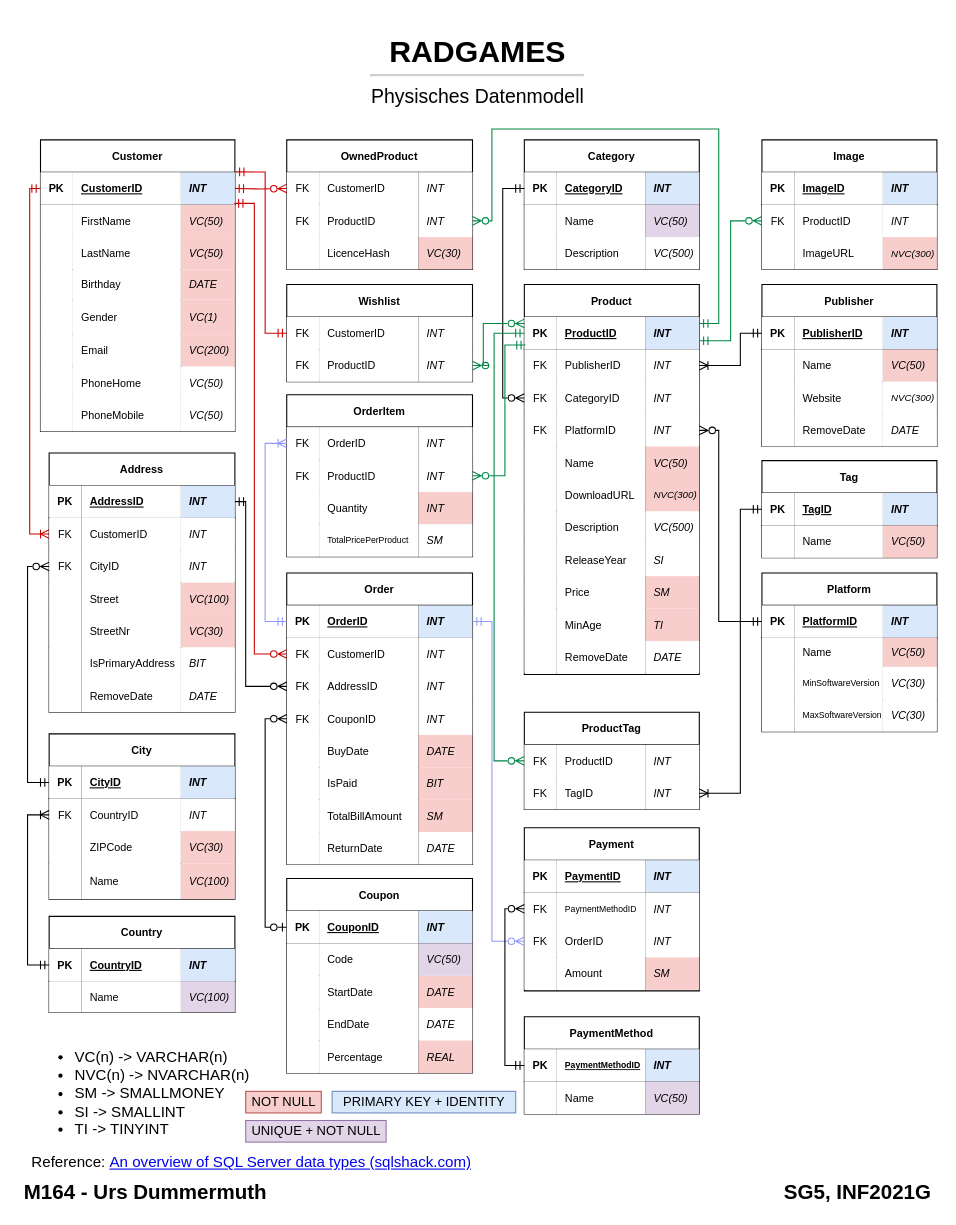
Above: page "Physisch" (3 of 3) of Konzepte/Datenmodell.drawio in TD99/gibb-m164 (draw.io), before the change. Source tidied: cells renumbered, new cells numbered last; positions are measured from the earlier drawing's top-left corner, leaving out a move shared by most shapes. Both pictures are drawn from the tidied source at 108%, with x=0, y=0 at pixel (18, 29).
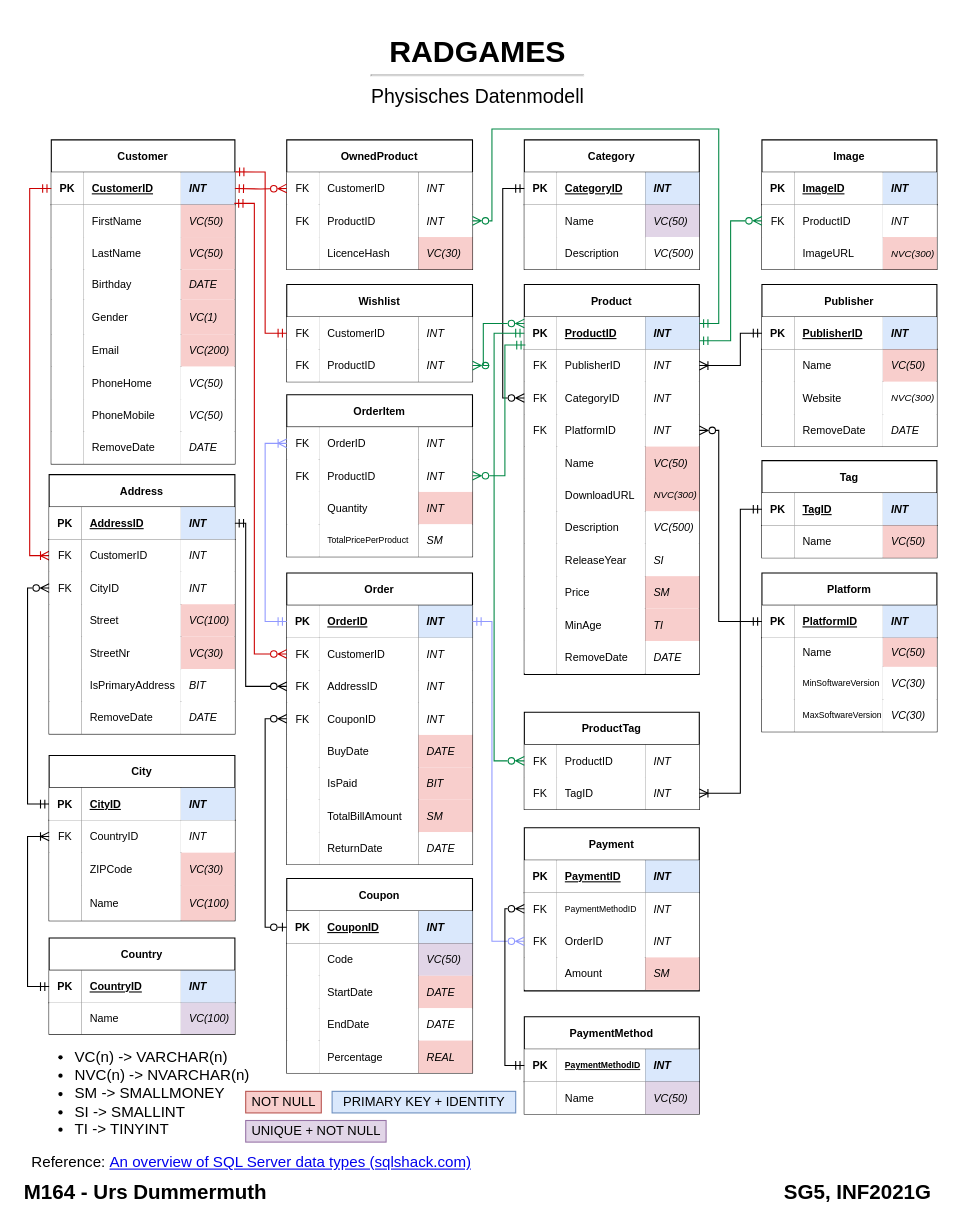
After the change.

Unchanged cells that the change refers to:
```xml
<mxCell id="40" style="shape=tableRow;horizontal=0;startSize=0;swimlaneHead=0;swimlaneBody=0;fillColor=none;points=[[0,0.5],[1,0.5]];portConstraint=eastwest;top=0;left=0;right=0;bottom=1;fontSize=10;" parent="39" vertex="1">
  <mxGeometry y="30" width="172" height="30" as="geometry" />
</mxCell>
<mxCell id="44" style="shape=tableRow;horizontal=0;startSize=0;swimlaneHead=0;swimlaneBody=0;fillColor=none;points=[[0,0.5],[1,0.5]];portConstraint=eastwest;top=0;left=0;right=0;bottom=0;fontSize=10;" parent="39" vertex="1">
  <mxGeometry y="60" width="172" height="30" as="geometry" />
</mxCell>
<mxCell id="128" style="shape=tableRow;horizontal=0;startSize=0;swimlaneHead=0;swimlaneBody=0;fillColor=none;points=[[0,0.5],[1,0.5]];portConstraint=eastwest;top=0;left=0;right=0;bottom=0;fontSize=10;" parent="119" vertex="1">
  <mxGeometry y="90" width="172" height="30" as="geometry" />
</mxCell>
```

The edit, as a diff of the source:
```diff
@@
     <mxCell id="5" value="Customer" style="shape=table;startSize=30;childLayout=tableLayout;rowLines=0;fontStyle=1;align=center;fontSize=10;spacing=2;fillColor=default;strokeColor=default;" parent="1" vertex="1">
-      <mxGeometry x="20" y="102" width="180" height="270" as="geometry" />
+      <mxGeometry x="30" y="102" width="170" height="300" as="geometry" />
     </mxCell>
     <mxCell id="6" style="shape=tableRow;horizontal=0;startSize=0;swimlaneHead=0;swimlaneBody=0;fillColor=none;points=[[0,0.5],[1,0.5]];portConstraint=eastwest;top=0;left=0;right=0;bottom=1;" parent="5" vertex="1">
-      <mxGeometry y="30" width="180" height="30" as="geometry" />
+      <mxGeometry y="30" width="170" height="30" as="geometry" />
     </mxCell>
@@
     <mxCell id="8" value="CustomerID" style="shape=partialRectangle;fillColor=default;top=0;left=0;bottom=0;right=0;align=left;spacingLeft=6;fontStyle=5;overflow=hidden;fontSize=10;spacing=2;strokeColor=default;" parent="6" vertex="1">
-      <mxGeometry x="30" width="100" height="30" as="geometry" />
+      <mxGeometry x="30" width="90" height="30" as="geometry" />
     </mxCell>
     <mxCell id="9" value="INT" style="shape=partialRectangle;fillColor=#dae8fc;top=0;left=0;bottom=0;right=0;align=left;spacingLeft=6;fontStyle=3;overflow=hidden;fontSize=10;spacing=2;strokeColor=default;" parent="6" vertex="1">
-      <mxGeometry x="130" width="50" height="30" as="geometry" />
+      <mxGeometry x="120" width="50" height="30" as="geometry" />
     </mxCell>
     <mxCell id="10" style="shape=tableRow;horizontal=0;startSize=0;swimlaneHead=0;swimlaneBody=0;fillColor=none;top=0;left=0;right=0;bottom=0;" parent="5" vertex="1">
-      <mxGeometry y="60" width="180" height="30" as="geometry" />
+      <mxGeometry y="60" width="170" height="30" as="geometry" />
     </mxCell>
@@
     <mxCell id="12" value="FirstName" style="shape=partialRectangle;fillColor=default;top=0;left=0;bottom=0;right=0;align=left;spacingLeft=6;overflow=hidden;fontSize=10;spacing=2;strokeColor=default;" parent="10" vertex="1">
-      <mxGeometry x="30" width="100" height="30" as="geometry" />
+      <mxGeometry x="30" width="90" height="30" as="geometry" />
     </mxCell>
     <mxCell id="13" value="VC(50)" style="shape=partialRectangle;top=0;left=0;bottom=0;right=0;align=left;spacingLeft=6;overflow=hidden;fontSize=10;spacing=2;fontStyle=2;fillColor=#f8cecc;strokeColor=#b85450;" parent="10" vertex="1">
-      <mxGeometry x="130" width="50" height="30" as="geometry" />
+      <mxGeometry x="120" width="50" height="30" as="geometry" />
     </mxCell>
     <mxCell id="14" style="shape=tableRow;horizontal=0;startSize=0;swimlaneHead=0;swimlaneBody=0;fillColor=none;top=0;left=0;right=0;bottom=0;" parent="5" vertex="1">
-      <mxGeometry y="90" width="180" height="30" as="geometry" />
+      <mxGeometry y="90" width="170" height="30" as="geometry" />
     </mxCell>
@@
     <mxCell id="16" value="LastName" style="shape=partialRectangle;fillColor=default;top=0;left=0;bottom=0;right=0;align=left;spacingLeft=6;overflow=hidden;fontSize=10;spacing=2;strokeColor=default;" parent="14" vertex="1">
-      <mxGeometry x="30" width="100" height="30" as="geometry" />
+      <mxGeometry x="30" width="90" height="30" as="geometry" />
     </mxCell>
     <mxCell id="17" value="VC(50)" style="shape=partialRectangle;fillColor=#f8cecc;top=0;left=0;bottom=0;right=0;align=left;spacingLeft=6;overflow=hidden;fontSize=10;spacing=2;fontStyle=2;strokeColor=default;" parent="14" vertex="1">
-      <mxGeometry x="130" width="50" height="30" as="geometry" />
+      <mxGeometry x="120" width="50" height="30" as="geometry" />
     </mxCell>
     <mxCell id="18" style="shape=tableRow;horizontal=0;startSize=0;swimlaneHead=0;swimlaneBody=0;fillColor=none;top=0;left=0;right=0;bottom=0;" parent="5" vertex="1">
-      <mxGeometry y="120" width="180" height="28" as="geometry" />
+      <mxGeometry y="120" width="170" height="28" as="geometry" />
     </mxCell>
@@
     <mxCell id="20" value="Birthday" style="shape=partialRectangle;fillColor=default;top=0;left=0;bottom=0;right=0;align=left;spacingLeft=6;overflow=hidden;fontSize=10;spacing=2;strokeColor=default;" parent="18" vertex="1">
-      <mxGeometry x="30" width="100" height="28" as="geometry" />
+      <mxGeometry x="30" width="90" height="28" as="geometry" />
     </mxCell>
     <mxCell id="21" value="DATE" style="shape=partialRectangle;fillColor=#f8cecc;top=0;left=0;bottom=0;right=0;align=left;spacingLeft=6;overflow=hidden;fontSize=10;spacing=2;fontStyle=2;strokeColor=default;" parent="18" vertex="1">
-      <mxGeometry x="130" width="50" height="28" as="geometry" />
+      <mxGeometry x="120" width="50" height="28" as="geometry" />
     </mxCell>
     <mxCell id="22" style="shape=tableRow;horizontal=0;startSize=0;swimlaneHead=0;swimlaneBody=0;fillColor=none;top=0;left=0;right=0;bottom=0;" parent="5" vertex="1">
-      <mxGeometry y="148" width="180" height="32" as="geometry" />
+      <mxGeometry y="148" width="170" height="32" as="geometry" />
     </mxCell>
@@
     <mxCell id="24" value="Gender" style="shape=partialRectangle;fillColor=default;top=0;left=0;bottom=0;right=0;align=left;spacingLeft=6;overflow=hidden;fontSize=10;spacing=2;strokeColor=default;" parent="22" vertex="1">
-      <mxGeometry x="30" width="100" height="32" as="geometry" />
+      <mxGeometry x="30" width="90" height="32" as="geometry" />
     </mxCell>
     <mxCell id="25" value="VC(1)" style="shape=partialRectangle;fillColor=#f8cecc;top=0;left=0;bottom=0;right=0;align=left;spacingLeft=6;overflow=hidden;fontSize=10;spacing=2;fontStyle=2;strokeColor=default;" parent="22" vertex="1">
-      <mxGeometry x="130" width="50" height="32" as="geometry" />
+      <mxGeometry x="120" width="50" height="32" as="geometry" />
     </mxCell>
     <mxCell id="26" style="shape=tableRow;horizontal=0;startSize=0;swimlaneHead=0;swimlaneBody=0;fillColor=none;top=0;left=0;right=0;bottom=0;" parent="5" vertex="1">
-      <mxGeometry y="180" width="180" height="30" as="geometry" />
+      <mxGeometry y="180" width="170" height="30" as="geometry" />
     </mxCell>
@@
     <mxCell id="28" value="Email" style="shape=partialRectangle;fillColor=default;top=0;left=0;bottom=0;right=0;align=left;spacingLeft=6;overflow=hidden;fontSize=10;spacing=2;strokeColor=default;" parent="26" vertex="1">
-      <mxGeometry x="30" width="100" height="30" as="geometry" />
+      <mxGeometry x="30" width="90" height="30" as="geometry" />
     </mxCell>
     <mxCell id="29" value="VC(200)" style="shape=partialRectangle;fillColor=#f8cecc;top=0;left=0;bottom=0;right=0;align=left;spacingLeft=6;overflow=hidden;fontSize=10;spacing=2;fontStyle=2;strokeColor=default;" parent="26" vertex="1">
-      <mxGeometry x="130" width="50" height="30" as="geometry" />
+      <mxGeometry x="120" width="50" height="30" as="geometry" />
     </mxCell>
     <mxCell id="30" style="shape=tableRow;horizontal=0;startSize=0;swimlaneHead=0;swimlaneBody=0;fillColor=none;top=0;left=0;right=0;bottom=0;" parent="5" vertex="1">
-      <mxGeometry y="210" width="180" height="30" as="geometry" />
+      <mxGeometry y="210" width="170" height="30" as="geometry" />
     </mxCell>
@@
     <mxCell id="32" value="PhoneHome" style="shape=partialRectangle;fillColor=default;top=0;left=0;bottom=0;right=0;align=left;spacingLeft=6;overflow=hidden;fontSize=10;spacing=2;strokeColor=default;" parent="30" vertex="1">
-      <mxGeometry x="30" width="100" height="30" as="geometry" />
+      <mxGeometry x="30" width="90" height="30" as="geometry" />
     </mxCell>
     <mxCell id="33" value="VC(50)" style="shape=partialRectangle;fillColor=default;top=0;left=0;bottom=0;right=0;align=left;spacingLeft=6;overflow=hidden;fontSize=10;spacing=2;fontStyle=2;strokeColor=default;" parent="30" vertex="1">
-      <mxGeometry x="130" width="50" height="30" as="geometry" />
+      <mxGeometry x="120" width="50" height="30" as="geometry" />
     </mxCell>
     <mxCell id="34" style="shape=tableRow;horizontal=0;startSize=0;swimlaneHead=0;swimlaneBody=0;fillColor=none;top=0;left=0;right=0;bottom=0;" parent="5" vertex="1">
-      <mxGeometry y="240" width="180" height="30" as="geometry" />
+      <mxGeometry y="240" width="170" height="30" as="geometry" />
     </mxCell>
@@
     <mxCell id="36" value="PhoneMobile" style="shape=partialRectangle;fillColor=default;top=0;left=0;bottom=0;right=0;align=left;spacingLeft=6;overflow=hidden;fontSize=10;spacing=2;strokeColor=default;" parent="34" vertex="1">
-      <mxGeometry x="30" width="100" height="30" as="geometry" />
+      <mxGeometry x="30" width="90" height="30" as="geometry" />
     </mxCell>
     <mxCell id="37" value="VC(50)" style="shape=partialRectangle;fillColor=default;top=0;left=0;bottom=0;right=0;align=left;spacingLeft=6;overflow=hidden;fontSize=10;spacing=2;fontStyle=2;strokeColor=default;" parent="34" vertex="1">
-      <mxGeometry x="130" width="50" height="30" as="geometry" />
+      <mxGeometry x="120" width="50" height="30" as="geometry" />
     </mxCell>
+    <mxCell id="359" style="shape=tableRow;horizontal=0;startSize=0;swimlaneHead=0;swimlaneBody=0;fillColor=none;top=0;left=0;right=0;bottom=0;" parent="5" vertex="1">
+      <mxGeometry y="270" width="170" height="30" as="geometry" />
+    </mxCell>
+    <mxCell id="360" style="shape=partialRectangle;fillColor=default;top=0;left=0;bottom=0;right=0;overflow=hidden;fontSize=10;spacing=2;strokeColor=default;" parent="359" vertex="1">
+      <mxGeometry width="30" height="30" as="geometry" />
+    </mxCell>
+    <mxCell id="361" value="RemoveDate" style="shape=partialRectangle;fillColor=default;top=0;left=0;bottom=0;right=0;align=left;spacingLeft=6;overflow=hidden;fontSize=10;spacing=2;strokeColor=default;" parent="359" vertex="1">
+      <mxGeometry x="30" width="90" height="30" as="geometry" />
+    </mxCell>
+    <mxCell id="362" value="DATE" style="shape=partialRectangle;fillColor=default;top=0;left=0;bottom=0;right=0;align=left;spacingLeft=6;overflow=hidden;fontSize=10;spacing=2;fontStyle=2;strokeColor=default;" parent="359" vertex="1">
+      <mxGeometry x="120" width="50" height="30" as="geometry" />
+    </mxCell>
     <mxCell id="38" style="edgeStyle=orthogonalEdgeStyle;rounded=0;jettySize=auto;html=1;entryX=0;entryY=0.5;entryDx=0;entryDy=0;startArrow=ERmandOne;startFill=0;endArrow=ERoneToMany;endFill=0;strokeColor=#CC0000;exitX=0;exitY=0.5;exitDx=0;exitDy=0;" parent="1" edge="1" source="6" target="44">
       <mxGeometry relative="1" as="geometry">
         <Array as="points">
           <mxPoint x="10" y="147" />
-          <mxPoint x="10" y="467" />
+          <mxPoint x="10" y="487" />
         </Array>
       </mxGeometry>
     </mxCell>
     <mxCell id="39" value="Address" style="shape=table;startSize=30;childLayout=tableLayout;rowLines=0;fontStyle=1;align=center;fontSize=10;fillColor=default;" parent="1" vertex="1">
-      <mxGeometry x="28" y="392" width="172" height="240" as="geometry" />
+      <mxGeometry x="28" y="412" width="172" height="240" as="geometry" />
     </mxCell>
@@
     <mxCell id="69" value="Country" style="shape=table;startSize=30;childLayout=tableLayout;rowLines=0;fontStyle=1;align=center;fontSize=10;fillColor=default;" parent="1" vertex="1">
-      <mxGeometry x="28" y="821" width="172" height="89" as="geometry" />
+      <mxGeometry x="28" y="841" width="172" height="89" as="geometry" />
     </mxCell>
@@
     <mxCell id="154" style="edgeStyle=orthogonalEdgeStyle;rounded=0;jettySize=auto;html=1;exitX=0;exitY=0.5;exitDx=0;exitDy=0;entryX=1;entryY=0.5;entryDx=0;entryDy=0;startArrow=ERzeroToMany;startFill=0;endArrow=ERmandOne;endFill=0;" parent="1" edge="1" source="128" target="40">
       <mxGeometry relative="1" as="geometry">
         <Array as="points">
           <mxPoint x="210" y="608" />
-          <mxPoint x="210" y="437" />
+          <mxPoint x="210" y="457" />
         </Array>
       </mxGeometry>
     </mxCell>
@@
     <mxCell id="246" value="City" style="shape=table;startSize=30;childLayout=tableLayout;rowLines=0;fontStyle=1;align=center;fontSize=10;fillColor=default;" parent="1" vertex="1">
-      <mxGeometry x="28" y="652" width="172" height="153" as="geometry" />
+      <mxGeometry x="28" y="672" width="172" height="153" as="geometry" />
     </mxCell>
```
